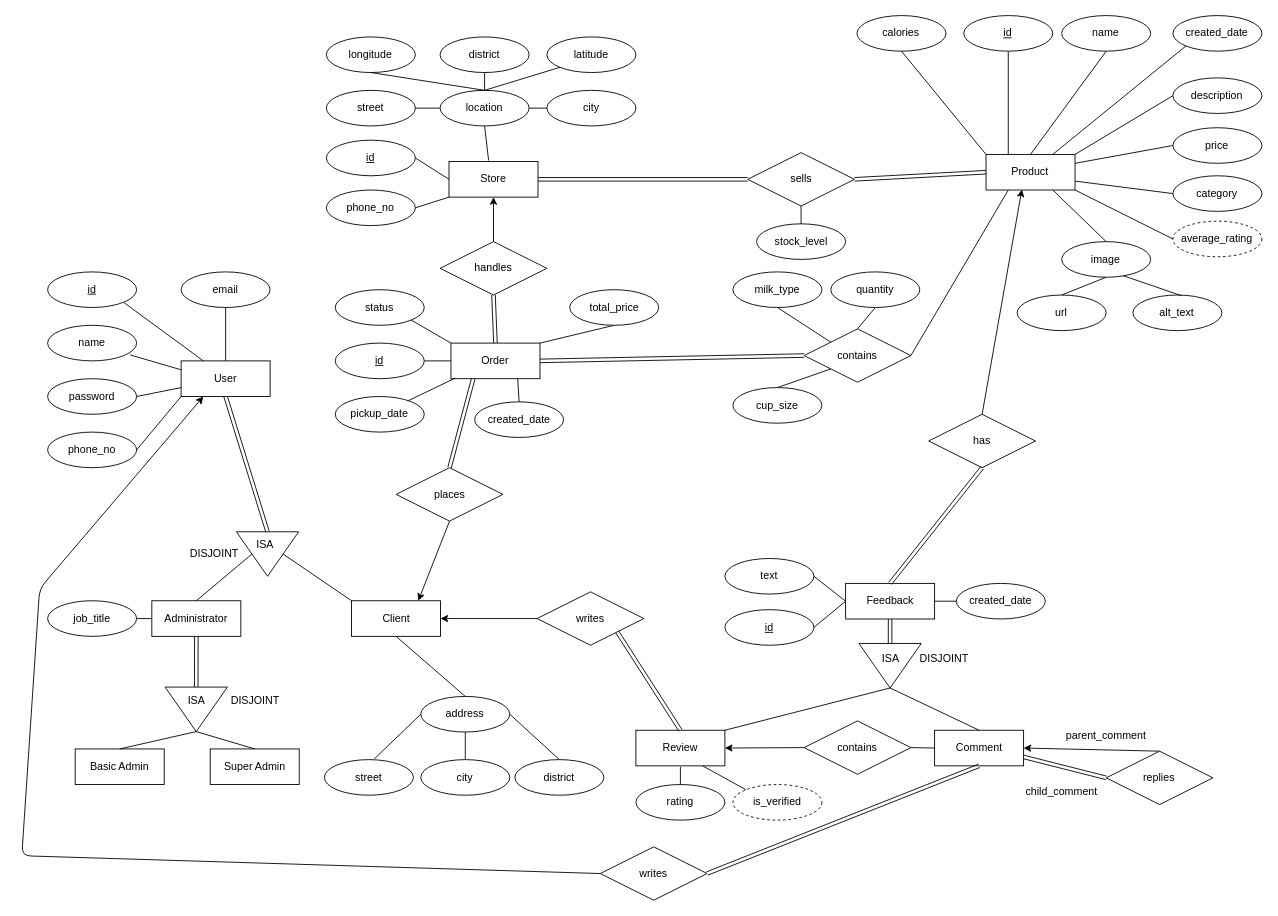
Above: page "v1" (1 of 2) of resources/diagrams/erd.dio in steamysips/steamy-sips (draw.io), before the change. Source tidied: cells renumbered, new cells numbered last; positions are measured from the earlier drawing's top-left corner, leaving out a move shared by most shapes. Both pictures are drawn from the tidied source at 89%, with x=0, y=0 at pixel (21, 15).
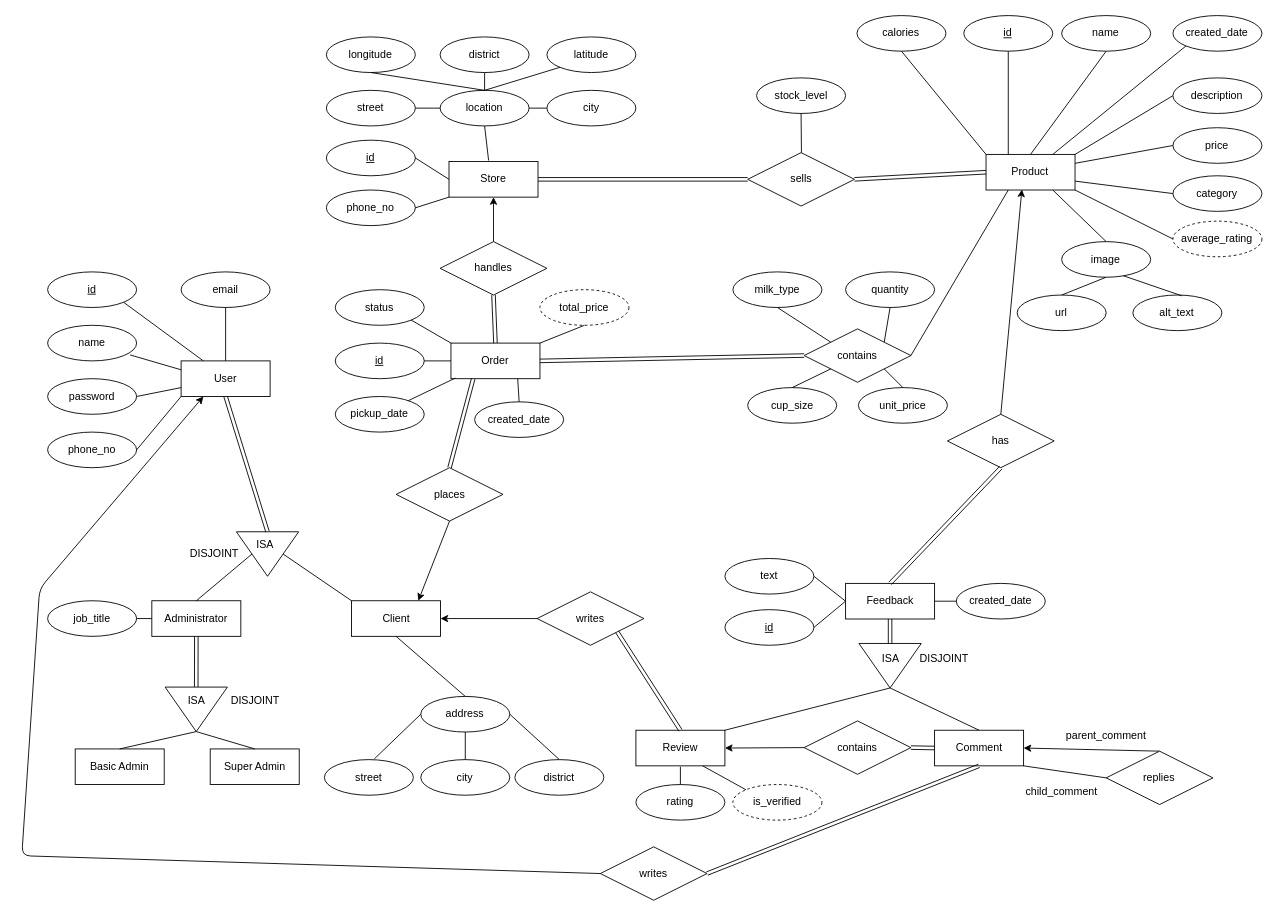
After the change.

Commit message:
- store unit price in order_product relationship - make total_price a derived attribute of order - not all comments reply to a parent comment - all comments belong to a review

The change refers to these unchanged cells:
```xml
<mxCell id="45" value="Order" style="whiteSpace=wrap;html=1;align=center;" parent="1" vertex="1">
  <mxGeometry x="482.2" y="368" width="100" height="40" as="geometry" />
</mxCell>
<mxCell id="46" value="contains" style="shape=rhombus;perimeter=rhombusPerimeter;whiteSpace=wrap;html=1;align=center;" parent="1" vertex="1">
  <mxGeometry x="879" y="352" width="120" height="60" as="geometry" />
</mxCell>
<mxCell id="58" value="replies" style="shape=rhombus;perimeter=rhombusPerimeter;whiteSpace=wrap;html=1;align=center;" parent="1" vertex="1">
  <mxGeometry x="1218.4" y="826.5" width="120" height="60" as="geometry" />
</mxCell>
<mxCell id="112" value="sells" style="shape=rhombus;perimeter=rhombusPerimeter;whiteSpace=wrap;html=1;align=center;" parent="1" vertex="1">
  <mxGeometry x="815.6" y="154" width="120" height="60" as="geometry" />
</mxCell>
<mxCell id="117" value="Comment" style="whiteSpace=wrap;html=1;align=center;" parent="1" vertex="1">
  <mxGeometry x="1025.6" y="803" width="100" height="40" as="geometry" />
</mxCell>
<mxCell id="123" value="contains" style="shape=rhombus;perimeter=rhombusPerimeter;whiteSpace=wrap;html=1;align=center;" parent="1" vertex="1">
  <mxGeometry x="879" y="792.5" width="120" height="60" as="geometry" />
</mxCell>
```

Diff of the diagram source:
```diff
@@
-    <mxCell id="29" style="endArrow=none;html=1;rounded=0;exitX=0.5;exitY=1;exitDx=0;exitDy=0;entryX=0.5;entryY=0;entryDx=0;entryDy=0;startArrow=none;" parent="1" edge="1" source="61" target="46">
+    <mxCell id="29" style="endArrow=none;html=1;rounded=0;exitX=0.5;exitY=1;exitDx=0;exitDy=0;entryX=1;entryY=0;entryDx=0;entryDy=0;startArrow=none;" parent="1" edge="1" source="61" target="46">
       <mxGeometry relative="1" as="geometry" />
     </mxCell>
@@
-    <mxCell id="51" style="endArrow=none;html=1;rounded=0;exitX=1;exitY=0;exitDx=0;exitDy=0;entryX=0.5;entryY=1;entryDx=0;entryDy=0;" parent="1" edge="1" source="45" target="71">
-      <mxGeometry relative="1" as="geometry" />
-    </mxCell>
@@
     <mxCell id="61" value="quantity" style="ellipse;whiteSpace=wrap;html=1;align=center;" parent="1" vertex="1">
-      <mxGeometry x="909" y="288" width="100" height="40" as="geometry" />
+      <mxGeometry x="925.6" y="288" width="100" height="40" as="geometry" />
     </mxCell>
@@
     <mxCell id="67" value="cup_size" style="ellipse;whiteSpace=wrap;html=1;align=center;" parent="1" vertex="1">
-      <mxGeometry x="799" y="418" width="100" height="40" as="geometry" />
+      <mxGeometry x="815.6" y="418" width="100" height="40" as="geometry" />
     </mxCell>
@@
-    <mxCell id="71" value="total_price" style="ellipse;whiteSpace=wrap;html=1;align=center;" parent="1" vertex="1">
-      <mxGeometry x="615.6" y="308" width="100" height="40" as="geometry" />
-    </mxCell>
@@
     <mxCell id="113" value="stock_level" style="ellipse;whiteSpace=wrap;html=1;align=center;" parent="1" vertex="1">
-      <mxGeometry x="825.6" y="234" width="100" height="40" as="geometry" />
+      <mxGeometry x="825.6" y="70" width="100" height="40" as="geometry" />
     </mxCell>
@@
-    <mxCell id="116" style="endArrow=none;html=1;rounded=0;exitX=0.5;exitY=1;exitDx=0;exitDy=0;entryX=0.5;entryY=0;entryDx=0;entryDy=0;" parent="1" edge="1" source="112" target="113">
-      <mxGeometry relative="1" as="geometry" />
+    <mxCell id="116" style="endArrow=none;html=1;rounded=0;entryX=0.5;entryY=1;entryDx=0;entryDy=0;" parent="1" edge="1" target="113">
+      <mxGeometry relative="1" as="geometry">
+        <mxPoint x="876" y="154" as="sourcePoint" />
+      </mxGeometry>
     </mxCell>
@@
-    <mxCell id="124" style="endArrow=none;html=1;exitX=0;exitY=0.5;exitDx=0;exitDy=0;entryX=1;entryY=0.5;entryDx=0;entryDy=0;" parent="1" edge="1" source="117" target="123">
-      <mxGeometry relative="1" as="geometry" />
-    </mxCell>
@@
     <mxCell id="137" value="has" style="shape=rhombus;perimeter=rhombusPerimeter;whiteSpace=wrap;html=1;align=center;" parent="1" vertex="1">
-      <mxGeometry x="1019" y="448" width="120" height="60" as="geometry" />
+      <mxGeometry x="1040" y="448" width="120" height="60" as="geometry" />
     </mxCell>
@@
-    <mxCell id="142" style="shape=link;html=1;rounded=0;exitX=0;exitY=0.5;exitDx=0;exitDy=0;entryX=1;entryY=0.75;entryDx=0;entryDy=0;" parent="1" edge="1" source="58" target="117">
-      <mxGeometry relative="1" as="geometry" />
-    </mxCell>
@@
+    <mxCell id="146" value="unit_price" style="ellipse;whiteSpace=wrap;html=1;align=center;" parent="1" vertex="1">
+      <mxGeometry x="940" y="418" width="100" height="40" as="geometry" />
+    </mxCell>
+    <mxCell id="147" style="endArrow=none;html=1;exitX=0.5;exitY=0;exitDx=0;exitDy=0;entryX=1;entryY=1;entryDx=0;entryDy=0;" parent="1" edge="1" source="146" target="46">
+      <mxGeometry relative="1" as="geometry" />
+    </mxCell>
+    <mxCell id="71" value="total_price" style="ellipse;whiteSpace=wrap;html=1;align=center;dashed=1;" parent="1" vertex="1">
+      <mxGeometry x="582.2" y="308" width="100" height="40" as="geometry" />
+    </mxCell>
+    <mxCell id="51" style="endArrow=none;html=1;exitX=1;exitY=0;exitDx=0;exitDy=0;entryX=0.5;entryY=1;entryDx=0;entryDy=0;" parent="1" edge="1" source="45" target="71">
+      <mxGeometry relative="1" as="geometry" />
+    </mxCell>
+    <mxCell id="142" style="endArrow=none;html=1;exitX=0;exitY=0.5;exitDx=0;exitDy=0;entryX=1;entryY=1;entryDx=0;entryDy=0;" parent="1" edge="1" source="58" target="117">
+      <mxGeometry relative="1" as="geometry" />
+    </mxCell>
+    <mxCell id="124" style="shape=link;html=1;rounded=0;exitX=0;exitY=0.5;exitDx=0;exitDy=0;entryX=1;entryY=0.5;entryDx=0;entryDy=0;" parent="1" edge="1" source="117" target="123">
+      <mxGeometry relative="1" as="geometry" />
+    </mxCell>
```
